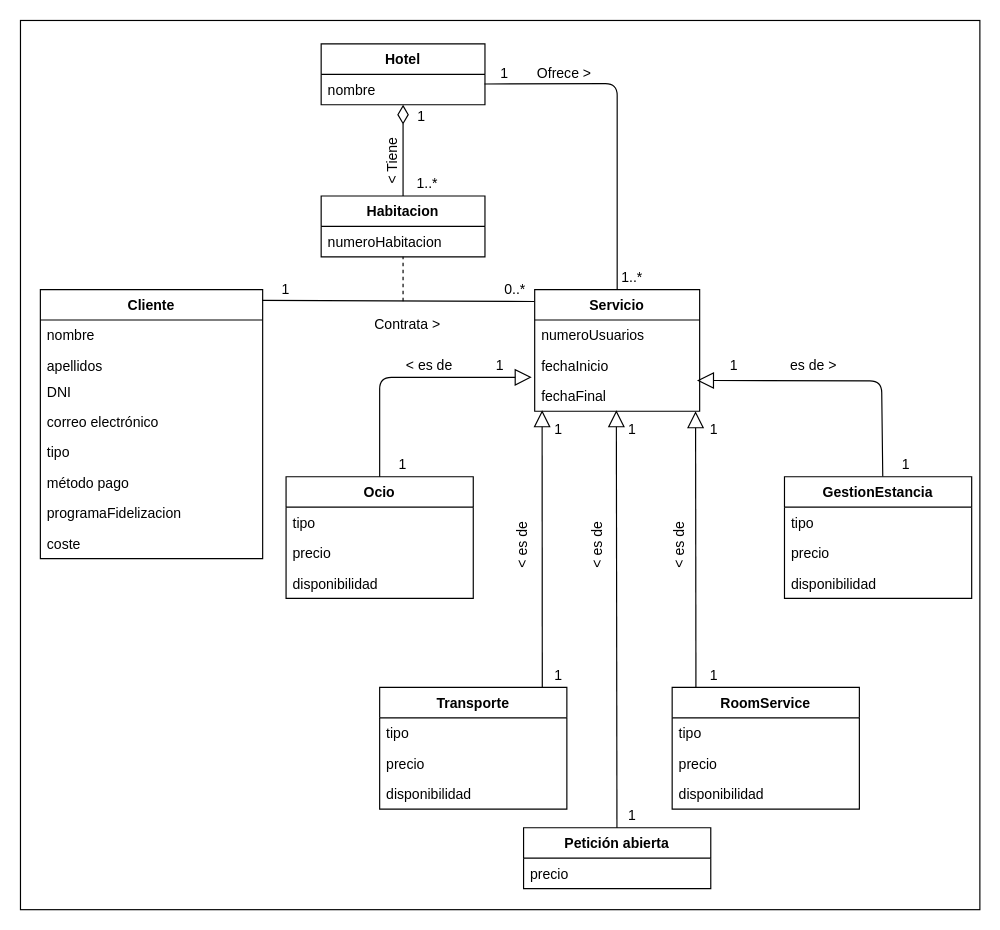
The draw.io diagram Diagrams/Modelo_dominio_Concierge.drawio in javierMorales9/ISST-Grupo02-Conc, before the edit. Source tidied: cells renumbered, new cells numbered last; positions are measured from the earlier drawing's top-left corner, leaving out a move shared by most shapes. Both pictures are drawn from the tidied source at 117%, with x=0, y=0 at pixel (20, 20).
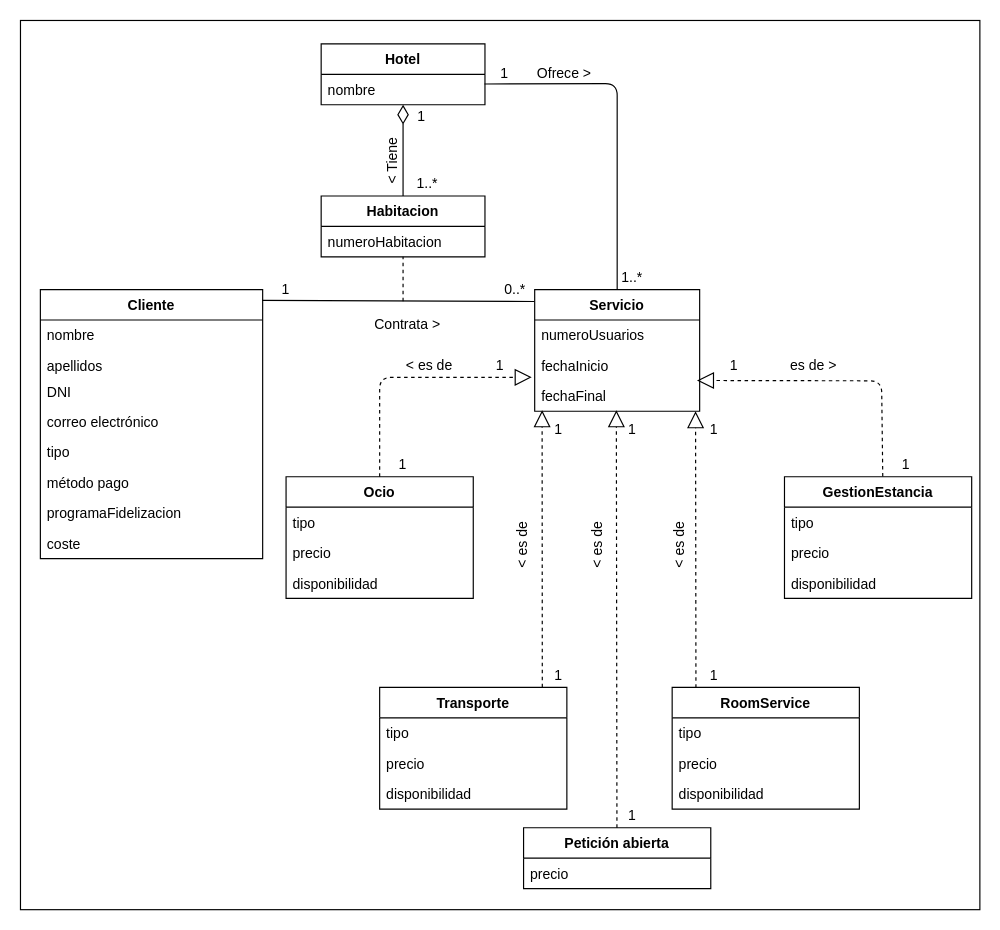
The same diagram, later.

The change refers to these unchanged cells:
```xml
<mxCell id="15" value="fechaFinal" style="text;strokeColor=none;fillColor=none;align=left;verticalAlign=top;spacingLeft=4;spacingRight=4;overflow=hidden;points=[[0,0.5],[1,0.5]];portConstraint=eastwest;" parent="12" vertex="1">
  <mxGeometry y="78" width="141" height="26" as="geometry" />
</mxCell>
<mxCell id="20" value="Ocio" style="swimlane;fontStyle=1;align=center;verticalAlign=top;horizontal=1;startSize=26;" parent="1" vertex="1">
  <mxGeometry x="227" y="390" width="160" height="104" as="geometry" />
</mxCell>
<mxCell id="24" value="GestionEstancia" style="swimlane;fontStyle=1;align=center;verticalAlign=top;horizontal=1;startSize=26;" parent="1" vertex="1">
  <mxGeometry x="653" y="390" width="160" height="104" as="geometry" />
</mxCell>
<mxCell id="28" value="RoomService" style="swimlane;fontStyle=1;align=center;verticalAlign=top;horizontal=1;startSize=26;" parent="1" vertex="1">
  <mxGeometry x="557" y="570" width="160" height="104" as="geometry" />
</mxCell>
```

The edit, as a diff of the source:
```diff
@@
-    <mxCell id="37" style="endArrow=block;endFill=0;endSize=12;html=1;entryX=0.045;entryY=0.967;entryDx=0;entryDy=0;entryPerimeter=0;" parent="1" edge="1" target="15">
+    <mxCell id="37" style="endArrow=block;endFill=0;endSize=12;html=1;entryX=0.045;entryY=0.967;entryDx=0;entryDy=0;entryPerimeter=0;dashed=1;" parent="1" edge="1" target="15">
       <mxGeometry relative="1" as="geometry">
         <mxPoint x="446" y="570" as="sourcePoint" />
       </mxGeometry>
     </mxCell>
-    <mxCell id="38" style="endArrow=block;endFill=0;endSize=12;html=1;entryX=0.045;entryY=0.967;entryDx=0;entryDy=0;entryPerimeter=0;exitX=0.127;exitY=0.004;exitDx=0;exitDy=0;exitPerimeter=0;" parent="1" edge="1" source="28">
+    <mxCell id="38" style="endArrow=block;endFill=0;endSize=12;html=1;entryX=0.045;entryY=0.967;entryDx=0;entryDy=0;entryPerimeter=0;exitX=0.127;exitY=0.004;exitDx=0;exitDy=0;exitPerimeter=0;dashed=1;" parent="1" edge="1" source="28">
       <mxGeometry relative="1" as="geometry">
         <mxPoint x="577" y="334" as="targetPoint" />
       </mxGeometry>
     </mxCell>
-    <mxCell id="39" style="endArrow=block;endFill=0;endSize=12;html=1;entryX=-0.018;entryY=-0.115;entryDx=0;entryDy=0;entryPerimeter=0;exitX=0.5;exitY=0;exitDx=0;exitDy=0;" parent="1" edge="1" source="20" target="15">
+    <mxCell id="39" style="endArrow=block;endFill=0;endSize=12;html=1;entryX=-0.018;entryY=-0.115;entryDx=0;entryDy=0;entryPerimeter=0;exitX=0.5;exitY=0;exitDx=0;exitDy=0;dashed=1;" parent="1" edge="1" source="20" target="15">
       <mxGeometry relative="1" as="geometry">
         <Array as="points">
           <mxPoint x="307" y="305" />
         </Array>
       </mxGeometry>
     </mxCell>
-    <mxCell id="40" style="endArrow=block;endFill=0;endSize=12;html=1;exitX=0.525;exitY=-0.003;exitDx=0;exitDy=0;entryX=0.991;entryY=-0.013;entryDx=0;entryDy=0;entryPerimeter=0;exitPerimeter=0;" parent="1" edge="1" source="24">
+    <mxCell id="40" style="endArrow=block;endFill=0;endSize=12;html=1;exitX=0.525;exitY=-0.003;exitDx=0;exitDy=0;entryX=0.991;entryY=-0.013;entryDx=0;entryDy=0;entryPerimeter=0;exitPerimeter=0;dashed=1;" parent="1" edge="1" source="24">
       <mxGeometry relative="1" as="geometry">
         <mxPoint x="578.2" y="307.7" as="targetPoint" />
         <Array as="points">
           <mxPoint x="736" y="308" />
         </Array>
       </mxGeometry>
     </mxCell>
-    <mxCell id="41" style="endArrow=block;endFill=0;endSize=12;html=1;entryX=0.495;entryY=0.967;entryDx=0;entryDy=0;entryPerimeter=0;exitX=0.127;exitY=0.004;exitDx=0;exitDy=0;exitPerimeter=0;" parent="1" edge="1" target="15">
+    <mxCell id="41" style="endArrow=block;endFill=0;endSize=12;html=1;entryX=0.495;entryY=0.967;entryDx=0;entryDy=0;entryPerimeter=0;exitX=0.127;exitY=0.004;exitDx=0;exitDy=0;exitPerimeter=0;dashed=1;" parent="1" edge="1" target="15">
       <mxGeometry relative="1" as="geometry">
         <mxPoint x="509.8" y="690" as="sourcePoint" />
       </mxGeometry>
     </mxCell>
```
